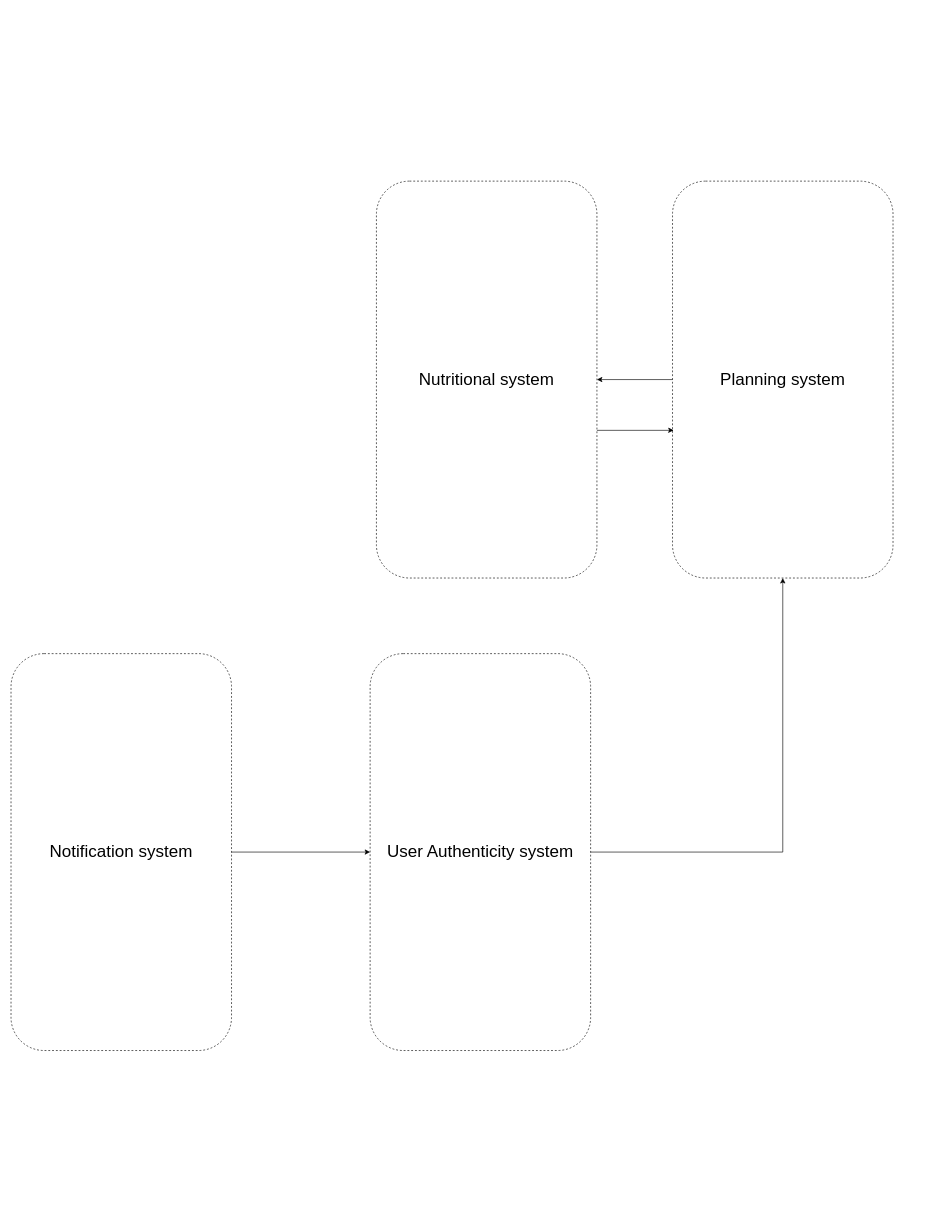
Before: page "system-domain-bound-contexts" (2 of 6) of documentation/keep-fit-diagrams.drawio in sgabriel190/keep-fit, a draw.io diagram. Source tidied: cells renumbered, new cells numbered last; positions are measured from the earlier drawing's top-left corner, leaving out a move shared by most shapes. Both pictures are drawn from the tidied source at 63%, with x=0, y=0 at pixel (11, 181).
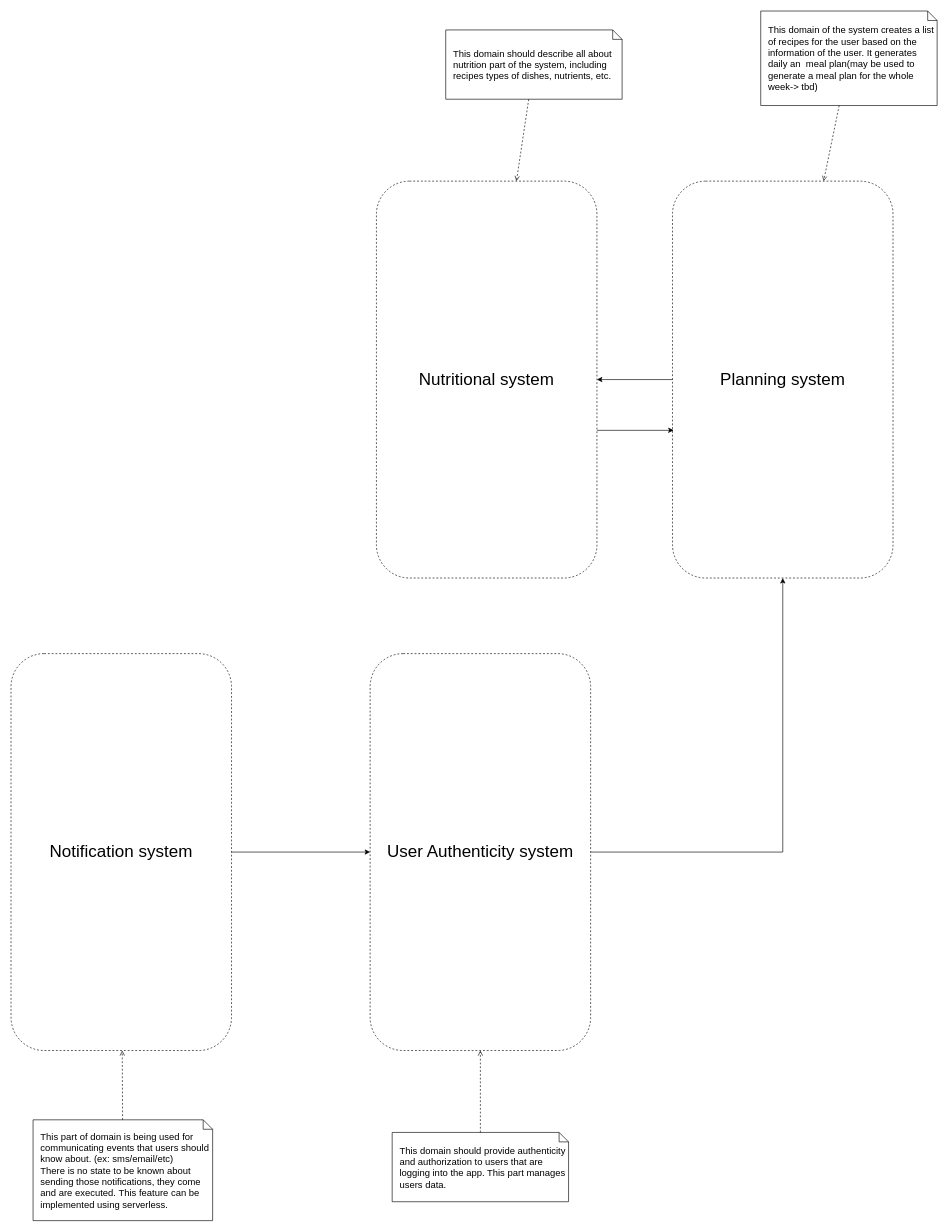
After the change.

The edit, as a diff of the source:
```diff
@@
 <mxGraphModel>
   <root>
     <mxCell id="0" />
     <mxCell id="1" parent="0" />
     <mxCell id="2" style="edgeStyle=orthogonalEdgeStyle;rounded=0;jettySize=auto;html=1;" parent="1" edge="1" source="3" target="9">
       <mxGeometry relative="1" as="geometry" />
     </mxCell>
     <mxCell id="3" value="&lt;font style=&quot;font-size: 27px&quot;&gt;User Authenticity system&lt;/font&gt;" style="rounded=1;whiteSpace=wrap;html=1;dashed=1;rotation=0;fillColor=none;" parent="1" vertex="1">
       <mxGeometry x="570" y="750" width="350" height="630" as="geometry" />
     </mxCell>
     <mxCell id="4" style="edgeStyle=orthogonalEdgeStyle;rounded=0;jettySize=auto;html=1;entryX=0;entryY=0.5;entryDx=0;entryDy=0;" parent="1" edge="1" source="5" target="3">
       <mxGeometry relative="1" as="geometry" />
     </mxCell>
     <mxCell id="5" value="&lt;font style=&quot;font-size: 27px&quot;&gt;Notification system&lt;/font&gt;" style="rounded=1;whiteSpace=wrap;html=1;dashed=1;rotation=0;fillColor=none;" parent="1" vertex="1">
       <mxGeometry y="750" width="350" height="630" as="geometry" />
     </mxCell>
     <mxCell id="6" style="edgeStyle=orthogonalEdgeStyle;rounded=0;jettySize=auto;html=1;entryX=0.005;entryY=0.628;entryDx=0;entryDy=0;entryPerimeter=0;" parent="1" edge="1" source="7" target="9">
       <mxGeometry relative="1" as="geometry">
         <Array as="points">
           <mxPoint x="1050" y="396" />
         </Array>
       </mxGeometry>
     </mxCell>
     <mxCell id="7" value="&lt;font style=&quot;font-size: 27px&quot;&gt;Nutritional system&lt;/font&gt;" style="rounded=1;whiteSpace=wrap;html=1;dashed=1;rotation=0;fillColor=none;" parent="1" vertex="1">
       <mxGeometry x="580" width="350" height="630" as="geometry" />
     </mxCell>
     <mxCell id="8" style="edgeStyle=orthogonalEdgeStyle;rounded=0;jettySize=auto;html=1;" parent="1" edge="1" source="9" target="7">
       <mxGeometry relative="1" as="geometry" />
     </mxCell>
     <mxCell id="9" value="&lt;font style=&quot;font-size: 27px&quot;&gt;Planning system&lt;/font&gt;" style="rounded=1;whiteSpace=wrap;html=1;dashed=1;rotation=0;fillColor=none;" parent="1" vertex="1">
       <mxGeometry x="1050" width="350" height="630" as="geometry" />
     </mxCell>
+    <mxCell id="10" style="rounded=0;jettySize=auto;html=1;endArrow=open;endFill=0;dashed=1;" parent="1" edge="1" source="11" target="7">
+      <mxGeometry relative="1" as="geometry" />
+    </mxCell>
+    <mxCell id="11" value="&lt;font style=&quot;font-size: 15px&quot;&gt;This domain should describe all about nutrition part of the system, including recipes types of dishes, nutrients, etc.&lt;/font&gt;" style="shape=note;size=15;align=left;spacingLeft=10;html=1;whiteSpace=wrap;fillColor=none;" parent="1" vertex="1">
+      <mxGeometry x="690" y="-240" width="280" height="110" as="geometry" />
+    </mxCell>
+    <mxCell id="12" style="edgeStyle=none;rounded=0;jettySize=auto;html=1;dashed=1;endArrow=open;endFill=0;" parent="1" edge="1" source="13" target="3">
+      <mxGeometry relative="1" as="geometry" />
+    </mxCell>
+    <mxCell id="13" value="&lt;font style=&quot;font-size: 15px&quot;&gt;This domain should provide authenticity and authorization to users that are logging into the app. This part manages users data.&lt;br&gt;&lt;/font&gt;" style="shape=note;size=15;align=left;spacingLeft=10;html=1;whiteSpace=wrap;fillColor=none;" parent="1" vertex="1">
+      <mxGeometry x="605" y="1510" width="280" height="110" as="geometry" />
+    </mxCell>
+    <mxCell id="14" style="edgeStyle=none;rounded=0;jettySize=auto;html=1;dashed=1;endArrow=open;endFill=0;" parent="1" edge="1" source="15" target="5">
+      <mxGeometry relative="1" as="geometry" />
+    </mxCell>
+    <mxCell id="15" value="&lt;font style=&quot;font-size: 15px&quot;&gt;This part of domain is being used for communicating events that users should know about. (ex: sms/email/etc)&lt;br&gt;There is no state to be known about sending those notifications, they come and are executed. This feature can be implemented using serverless.&lt;br&gt;&lt;/font&gt;" style="shape=note;size=15;align=left;spacingLeft=10;html=1;whiteSpace=wrap;fillColor=none;" parent="1" vertex="1">
+      <mxGeometry x="35" y="1490" width="285" height="160" as="geometry" />
+    </mxCell>
+    <mxCell id="16" style="edgeStyle=none;rounded=0;jettySize=auto;html=1;dashed=1;endArrow=open;endFill=0;" parent="1" edge="1" source="17" target="9">
+      <mxGeometry relative="1" as="geometry" />
+    </mxCell>
+    <mxCell id="17" value="&lt;font style=&quot;font-size: 15px&quot;&gt;This domain of the system creates a list of recipes for the user based on the information of the user. It generates daily an&amp;nbsp; meal plan(may be used to generate a meal plan for the whole week-&amp;gt; tbd)&lt;/font&gt;" style="shape=note;size=15;align=left;spacingLeft=10;html=1;whiteSpace=wrap;fillColor=none;" parent="1" vertex="1">
+      <mxGeometry x="1190" y="-270" width="280" height="150" as="geometry" />
+    </mxCell>
   </root>
 </mxGraphModel>
```
